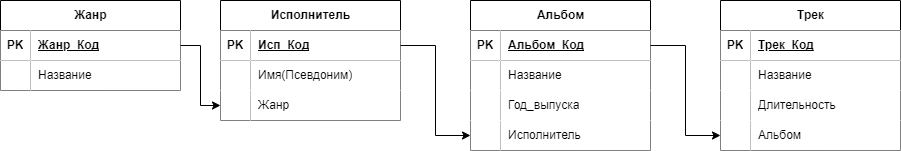
Earlier version of the draw.io export Musical_Site.png (OpyssMagnuum/DB_Musical_Site). Source tidied: cells renumbered, new cells last; positions are measured from the earlier drawing's top-left corner, leaving out a move shared by most shapes.
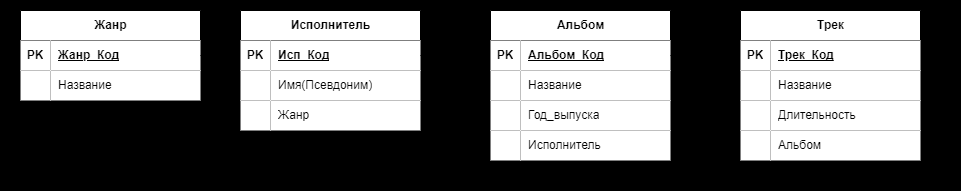
Later version of the same file.

Change to the diagram source:
```diff
@@ -2,6 +2,9 @@
   <root>
     <mxCell id="0" />
     <mxCell id="1" parent="0" />
+    <mxCell id="48" style="rounded=0;whiteSpace=wrap;html=1;fillColor=#000000;" parent="1" vertex="1">
+      <mxGeometry x="-20" y="-10" width="960" height="190" as="geometry" />
+    </mxCell>
     <mxCell id="2" value="Жанр" style="shape=table;startSize=30;rowLines=0;fontStyle=1;align=center;html=1;labelBackgroundColor=default;" parent="1" vertex="1">
       <mxGeometry width="180" height="90" as="geometry" />
     </mxCell>
```
